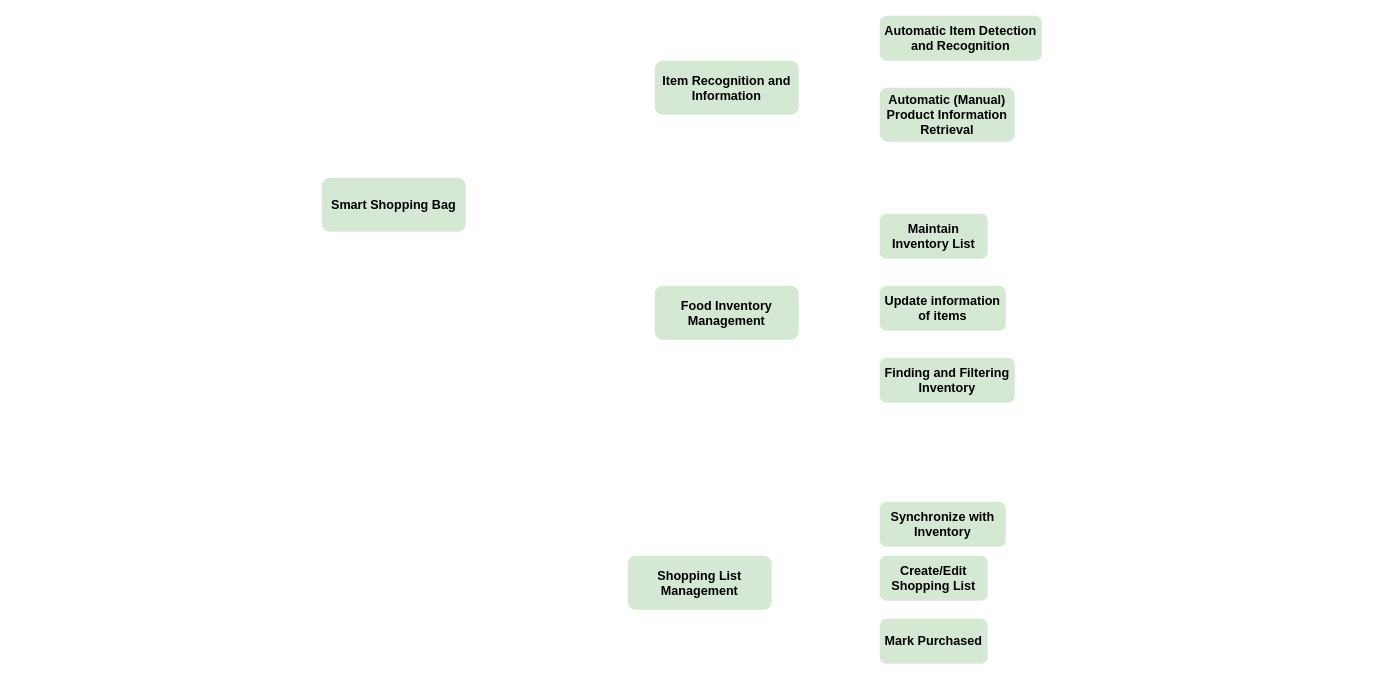
The draw.io diagram Functional Decomposition.drawio in anhdang42392/anhdang42392, before the edit. Source tidied: cells renumbered, new cells numbered last; positions are measured from the earlier drawing's top-left corner, leaving out a move shared by most shapes. Both pictures are drawn from the tidied source at 90%, with x=0, y=0 at pixel (321, 15).
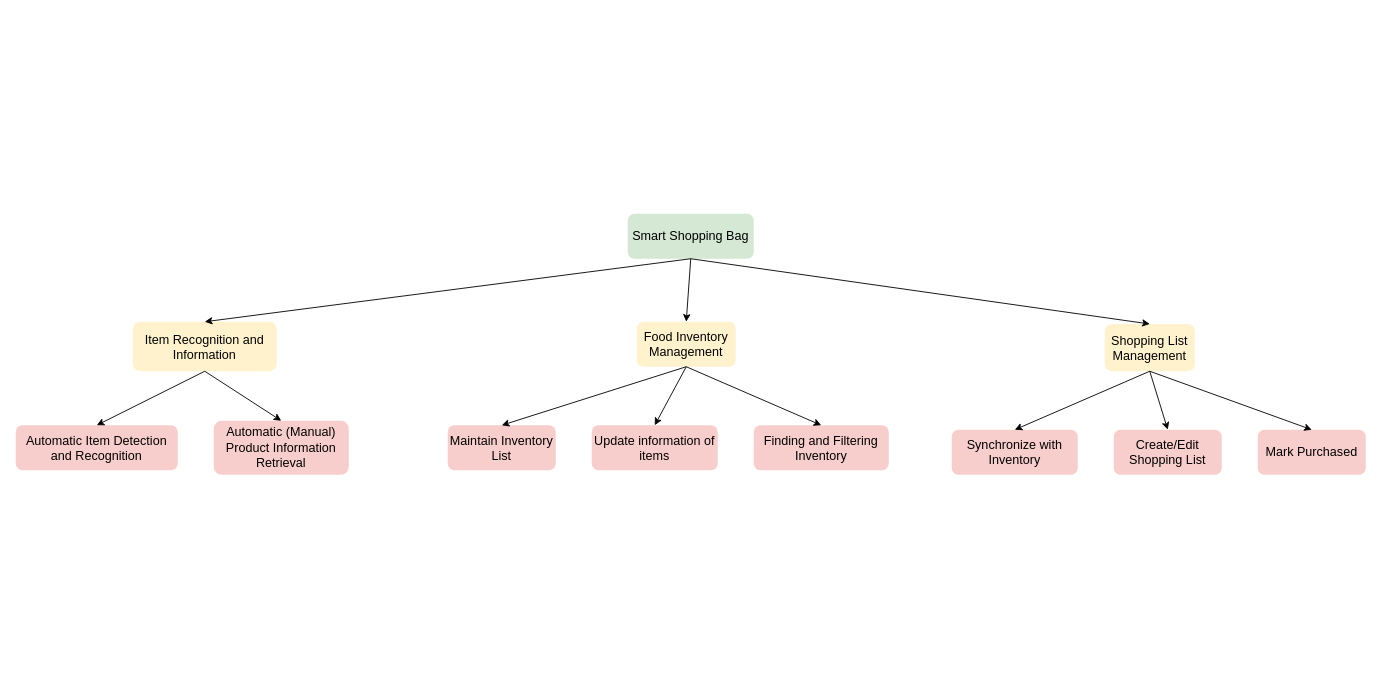
After the change.

The edit, as a diff of the source:
```diff
@@
-    <mxCell id="2" value="&lt;font style=&quot;font-size: 14px;&quot;&gt;&lt;b&gt;Smart Shopping Bag&lt;/b&gt;&lt;/font&gt;" style="rounded=1;whiteSpace=wrap;html=1;strokeWidth=1;strokeColor=none;fillColor=#d5e8d4;" parent="1" vertex="1">
-      <mxGeometry y="180" width="160" height="60" as="geometry" />
+    <mxCell id="2" value="&lt;font style=&quot;font-size: 14px;&quot;&gt;&lt;span&gt;Smart Shopping Bag&lt;/span&gt;&lt;/font&gt;" style="rounded=1;whiteSpace=wrap;html=1;strokeWidth=1;strokeColor=none;fillColor=#d5e8d4;fontStyle=0;" parent="1" vertex="1">
+      <mxGeometry x="340" y="220" width="140" height="50" as="geometry" />
     </mxCell>
-    <mxCell id="3" value="&lt;span style=&quot;font-size: 14px;&quot;&gt;&lt;b&gt;Automatic Item Detection and Recognition&lt;/b&gt;&lt;/span&gt;" style="rounded=1;whiteSpace=wrap;html=1;strokeWidth=1;strokeColor=none;fillColor=#d5e8d4;" parent="1" vertex="1">
-      <mxGeometry x="620" width="180" height="50" as="geometry" />
+    <mxCell id="3" value="&lt;span style=&quot;font-size: 14px;&quot;&gt;&lt;span&gt;Automatic Item Detection and Recognition&lt;/span&gt;&lt;/span&gt;" style="rounded=1;whiteSpace=wrap;html=1;strokeWidth=1;strokeColor=none;fillColor=#f8cecc;fontStyle=0;" parent="1" vertex="1">
+      <mxGeometry x="-340" y="455" width="180" height="50" as="geometry" />
     </mxCell>
-    <mxCell id="4" value="&lt;font style=&quot;font-size: 14px;&quot;&gt;&lt;b&gt;Item Recognition and Information&lt;/b&gt;&lt;/font&gt;" style="rounded=1;whiteSpace=wrap;html=1;strokeWidth=1;strokeColor=none;fillColor=#d5e8d4;" parent="1" vertex="1">
-      <mxGeometry x="370" y="50" width="160" height="60" as="geometry" />
+    <mxCell id="4" value="&lt;font style=&quot;font-size: 14px;&quot;&gt;&lt;span&gt;Item Recognition and Information&lt;/span&gt;&lt;/font&gt;" style="rounded=1;whiteSpace=wrap;html=1;strokeWidth=1;strokeColor=none;fillColor=#fff2cc;fontStyle=0;" parent="1" vertex="1">
+      <mxGeometry x="-210" y="340" width="160" height="55" as="geometry" />
     </mxCell>
-    <mxCell id="5" value="&lt;span style=&quot;font-size: 14px;&quot;&gt;&lt;b&gt;Automatic (Manual) Product Information Retrieval&lt;/b&gt;&lt;/span&gt;" style="rounded=1;whiteSpace=wrap;html=1;strokeWidth=1;strokeColor=none;fillColor=#d5e8d4;" parent="1" vertex="1">
-      <mxGeometry x="620" y="80" width="150" height="60" as="geometry" />
+    <mxCell id="5" value="&lt;span style=&quot;font-size: 14px;&quot;&gt;&lt;span&gt;Automatic (Manual) Product Information Retrieval&lt;/span&gt;&lt;/span&gt;" style="rounded=1;whiteSpace=wrap;html=1;strokeWidth=1;strokeColor=none;fillColor=#f8cecc;fontStyle=0;" parent="1" vertex="1">
+      <mxGeometry x="-120" y="450" width="150" height="60" as="geometry" />
     </mxCell>
-    <mxCell id="6" value="&lt;span style=&quot;font-size: 14px;&quot;&gt;&lt;b&gt;Update information of items&lt;/b&gt;&lt;/span&gt;" style="rounded=1;whiteSpace=wrap;html=1;strokeWidth=1;strokeColor=none;fillColor=#d5e8d4;" parent="1" vertex="1">
-      <mxGeometry x="620" y="300" width="140" height="50" as="geometry" />
+    <mxCell id="6" value="&lt;span style=&quot;font-size: 14px;&quot;&gt;&lt;span&gt;Update information of items&lt;/span&gt;&lt;/span&gt;" style="rounded=1;whiteSpace=wrap;html=1;strokeWidth=1;strokeColor=none;fillColor=#f8cecc;fontStyle=0;" parent="1" vertex="1">
+      <mxGeometry x="300" y="455" width="140" height="50" as="geometry" />
     </mxCell>
-    <mxCell id="7" value="&lt;span style=&quot;font-size: 14px;&quot;&gt;&lt;b&gt;Maintain Inventory List&lt;/b&gt;&lt;/span&gt;" style="rounded=1;whiteSpace=wrap;html=1;strokeWidth=1;strokeColor=none;fillColor=#d5e8d4;" parent="1" vertex="1">
-      <mxGeometry x="620" y="220" width="120" height="50" as="geometry" />
+    <mxCell id="7" value="&lt;span style=&quot;font-size: 14px;&quot;&gt;&lt;span&gt;Maintain Inventory List&lt;/span&gt;&lt;/span&gt;" style="rounded=1;whiteSpace=wrap;html=1;strokeWidth=1;strokeColor=none;fillColor=#f8cecc;fontStyle=0;" parent="1" vertex="1">
+      <mxGeometry x="140" y="455" width="120" height="50" as="geometry" />
     </mxCell>
-    <mxCell id="8" value="&lt;span style=&quot;font-size: 14px;&quot;&gt;&lt;b&gt;Food Inventory Management&lt;/b&gt;&lt;/span&gt;" style="rounded=1;whiteSpace=wrap;html=1;strokeWidth=1;strokeColor=none;fillColor=#d5e8d4;" parent="1" vertex="1">
-      <mxGeometry x="370" y="300" width="160" height="60" as="geometry" />
+    <mxCell id="8" value="&lt;span style=&quot;font-size: 14px;&quot;&gt;&lt;span&gt;Food Inventory Management&lt;/span&gt;&lt;/span&gt;" style="rounded=1;whiteSpace=wrap;html=1;strokeWidth=1;strokeColor=none;fillColor=#fff2cc;fontStyle=0;" parent="1" vertex="1">
+      <mxGeometry x="350" y="340" width="110" height="50" as="geometry" />
     </mxCell>
-    <mxCell id="9" value="&lt;span style=&quot;font-size: 14px;&quot;&gt;&lt;b&gt;Finding and Filtering Inventory&lt;/b&gt;&lt;/span&gt;" style="rounded=1;whiteSpace=wrap;html=1;strokeWidth=1;strokeColor=none;fillColor=#d5e8d4;" parent="1" vertex="1">
-      <mxGeometry x="620" y="380" width="150" height="50" as="geometry" />
+    <mxCell id="9" value="&lt;span style=&quot;font-size: 14px;&quot;&gt;&lt;span&gt;Finding and Filtering Inventory&lt;/span&gt;&lt;/span&gt;" style="rounded=1;whiteSpace=wrap;html=1;strokeWidth=1;strokeColor=none;fillColor=#f8cecc;fontStyle=0;" parent="1" vertex="1">
+      <mxGeometry x="480" y="455" width="150" height="50" as="geometry" />
     </mxCell>
-    <mxCell id="10" value="&lt;span style=&quot;font-size: 14px;&quot;&gt;&lt;b&gt;Synchronize with Inventory&lt;/b&gt;&lt;/span&gt;" style="rounded=1;whiteSpace=wrap;html=1;strokeWidth=1;strokeColor=none;fillColor=#d5e8d4;" parent="1" vertex="1">
-      <mxGeometry x="620" y="540" width="140" height="50" as="geometry" />
+    <mxCell id="10" value="&lt;span style=&quot;font-size: 14px;&quot;&gt;&lt;span&gt;Synchronize with Inventory&lt;/span&gt;&lt;/span&gt;" style="rounded=1;whiteSpace=wrap;html=1;strokeWidth=1;strokeColor=none;fillColor=#f8cecc;fontStyle=0;" parent="1" vertex="1">
+      <mxGeometry x="700" y="460" width="140" height="50" as="geometry" />
     </mxCell>
-    <mxCell id="11" value="&lt;span style=&quot;font-size: 14px;&quot;&gt;&lt;b&gt;Create/Edit Shopping List&lt;/b&gt;&lt;/span&gt;" style="rounded=1;whiteSpace=wrap;html=1;strokeWidth=1;strokeColor=none;fillColor=#d5e8d4;" parent="1" vertex="1">
-      <mxGeometry x="620" y="600" width="120" height="50" as="geometry" />
+    <mxCell id="11" value="&lt;span style=&quot;font-size: 14px;&quot;&gt;&lt;span&gt;Create/Edit Shopping List&lt;/span&gt;&lt;/span&gt;" style="rounded=1;whiteSpace=wrap;html=1;strokeWidth=1;strokeColor=none;fillColor=#f8cecc;fontStyle=0;" parent="1" vertex="1">
+      <mxGeometry x="880" y="460" width="120" height="50" as="geometry" />
     </mxCell>
-    <mxCell id="12" value="&lt;span style=&quot;font-size: 14px;&quot;&gt;&lt;b&gt;Mark Purchased&lt;/b&gt;&lt;/span&gt;" style="rounded=1;whiteSpace=wrap;html=1;strokeWidth=1;strokeColor=none;fillColor=#d5e8d4;" parent="1" vertex="1">
-      <mxGeometry x="620" y="670" width="120" height="50" as="geometry" />
+    <mxCell id="12" value="&lt;span style=&quot;font-size: 14px;&quot;&gt;&lt;span&gt;Mark Purchased&lt;/span&gt;&lt;/span&gt;" style="rounded=1;whiteSpace=wrap;html=1;strokeWidth=1;strokeColor=none;fillColor=#f8cecc;fontStyle=0;" parent="1" vertex="1">
+      <mxGeometry x="1040" y="460" width="120" height="50" as="geometry" />
     </mxCell>
-    <mxCell id="13" value="&lt;span style=&quot;font-size: 14px;&quot;&gt;&lt;b&gt;Shopping List Management&lt;/b&gt;&lt;/span&gt;" style="rounded=1;whiteSpace=wrap;html=1;strokeWidth=1;strokeColor=none;fillColor=#d5e8d4;" parent="1" vertex="1">
-      <mxGeometry x="340" y="600" width="160" height="60" as="geometry" />
+    <mxCell id="13" value="&lt;span style=&quot;font-size: 14px;&quot;&gt;&lt;span&gt;Shopping List Management&lt;/span&gt;&lt;/span&gt;" style="rounded=1;whiteSpace=wrap;html=1;strokeWidth=1;strokeColor=none;fillColor=#fff2cc;fontStyle=0;" parent="1" vertex="1">
+      <mxGeometry x="870" y="342.5" width="100" height="52.5" as="geometry" />
     </mxCell>
+    <mxCell id="14" style="endArrow=classic;html=1;rounded=0;entryX=0.5;entryY=0;entryDx=0;entryDy=0;exitX=0.5;exitY=1;exitDx=0;exitDy=0;fontStyle=0;" parent="1" edge="1" source="2" target="8">
+      <mxGeometry relative="1" as="geometry" />
+    </mxCell>
+    <mxCell id="15" style="endArrow=classic;html=1;rounded=0;entryX=0.5;entryY=0;entryDx=0;entryDy=0;exitX=0.5;exitY=1;exitDx=0;exitDy=0;fontStyle=0;" parent="1" edge="1" source="2" target="13">
+      <mxGeometry relative="1" as="geometry" />
+    </mxCell>
+    <mxCell id="16" style="endArrow=classic;html=1;rounded=0;entryX=0.5;entryY=0;entryDx=0;entryDy=0;exitX=0.5;exitY=1;exitDx=0;exitDy=0;fontStyle=0;" parent="1" edge="1" source="2" target="4">
+      <mxGeometry relative="1" as="geometry" />
+    </mxCell>
+    <mxCell id="17" style="endArrow=classic;html=1;rounded=0;entryX=0.5;entryY=0;entryDx=0;entryDy=0;exitX=0.5;exitY=1;exitDx=0;exitDy=0;fontStyle=0;" parent="1" edge="1" source="4" target="3">
+      <mxGeometry relative="1" as="geometry" />
+    </mxCell>
+    <mxCell id="18" style="endArrow=classic;html=1;rounded=0;entryX=0.5;entryY=0;entryDx=0;entryDy=0;exitX=0.5;exitY=1;exitDx=0;exitDy=0;fontStyle=0;" parent="1" edge="1" source="4" target="5">
+      <mxGeometry relative="1" as="geometry" />
+    </mxCell>
+    <mxCell id="19" style="endArrow=classic;html=1;rounded=0;entryX=0.5;entryY=0;entryDx=0;entryDy=0;exitX=0.5;exitY=1;exitDx=0;exitDy=0;fontStyle=0;" parent="1" edge="1" source="8" target="7">
+      <mxGeometry relative="1" as="geometry" />
+    </mxCell>
+    <mxCell id="20" style="endArrow=classic;html=1;rounded=0;entryX=0.5;entryY=0;entryDx=0;entryDy=0;exitX=0.5;exitY=1;exitDx=0;exitDy=0;fontStyle=0;" parent="1" edge="1" source="8" target="6">
+      <mxGeometry relative="1" as="geometry" />
+    </mxCell>
+    <mxCell id="21" style="endArrow=classic;html=1;rounded=0;entryX=0.5;entryY=0;entryDx=0;entryDy=0;exitX=0.5;exitY=1;exitDx=0;exitDy=0;fontStyle=0;" parent="1" edge="1" source="8" target="9">
+      <mxGeometry relative="1" as="geometry" />
+    </mxCell>
+    <mxCell id="22" style="endArrow=classic;html=1;rounded=0;entryX=0.5;entryY=0;entryDx=0;entryDy=0;exitX=0.5;exitY=1;exitDx=0;exitDy=0;fontStyle=0;" parent="1" edge="1" source="13" target="10">
+      <mxGeometry relative="1" as="geometry" />
+    </mxCell>
+    <mxCell id="23" style="endArrow=classic;html=1;rounded=0;entryX=0.5;entryY=0;entryDx=0;entryDy=0;exitX=0.5;exitY=1;exitDx=0;exitDy=0;fontStyle=0;" parent="1" edge="1" source="13" target="11">
+      <mxGeometry relative="1" as="geometry" />
+    </mxCell>
+    <mxCell id="24" style="endArrow=classic;html=1;rounded=0;entryX=0.5;entryY=0;entryDx=0;entryDy=0;exitX=0.5;exitY=1;exitDx=0;exitDy=0;fontStyle=0;" parent="1" edge="1" source="13" target="12">
+      <mxGeometry relative="1" as="geometry" />
+    </mxCell>
```
